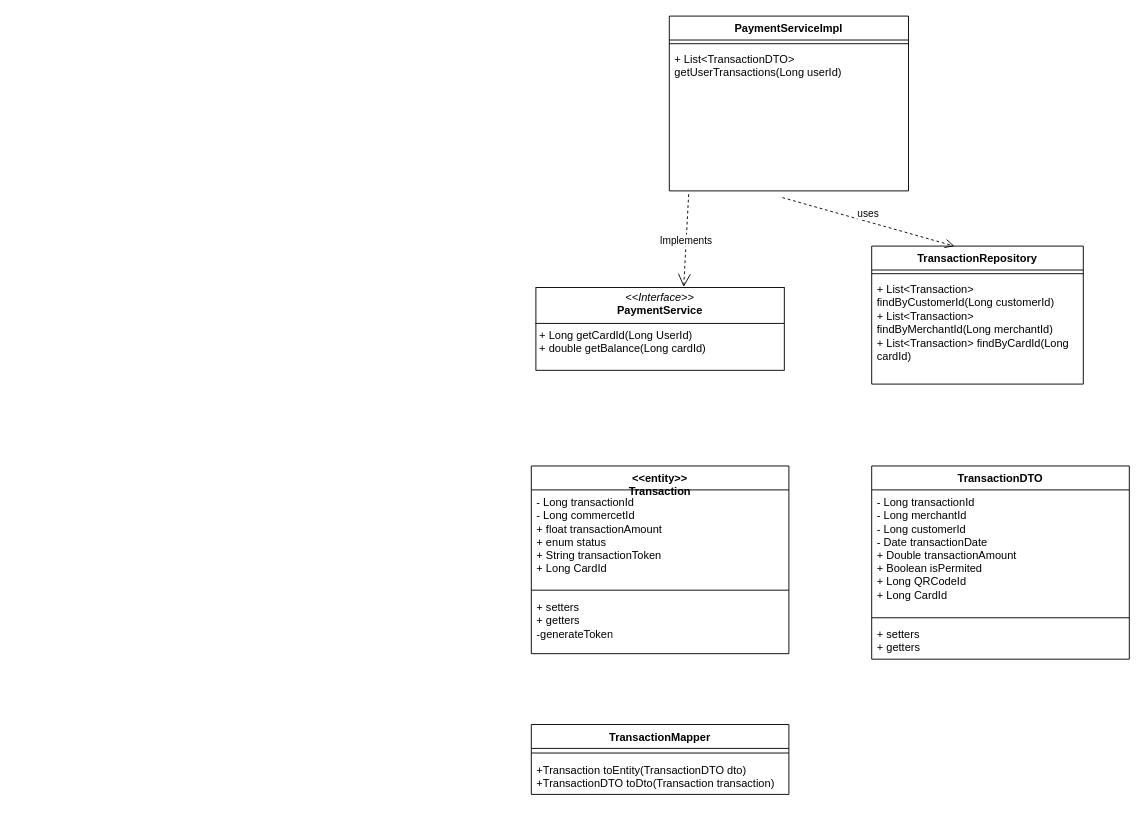
Before: Diagramme_de_classe_payment_service.drawio in msisitr/aventix-design, a draw.io diagram. Source tidied: cells renumbered, new cells numbered last; positions are measured from the earlier drawing's top-left corner, leaving out a move shared by most shapes. Both pictures are drawn from the tidied source at 92%, with x=0, y=0 at pixel (531, 16).
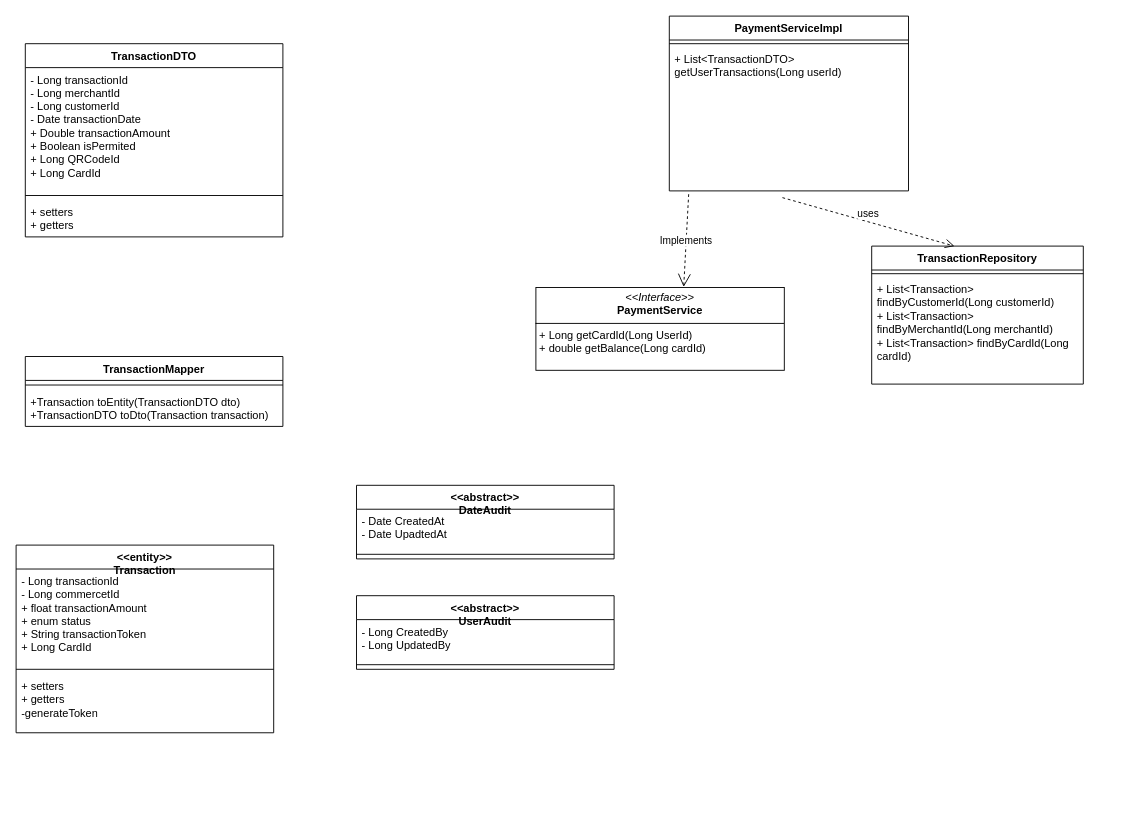
After the change.

Commit message:
adds Abstraction User and Date

The edit, as a diff of the source:
```diff
@@
     <mxCell id="11" value="&lt;div&gt;&amp;lt;&amp;lt;entity&amp;gt;&amp;gt;&lt;/div&gt;Transaction" style="swimlane;fontStyle=1;align=center;verticalAlign=top;horizontal=1;startSize=26;whiteSpace=wrap;html=1;" parent="1" vertex="1">
-      <mxGeometry y="489" width="280" height="204" as="geometry" />
+      <mxGeometry x="-560" y="575" width="280" height="204" as="geometry" />
     </mxCell>
@@
     <mxCell id="15" value="TransactionDTO" style="swimlane;fontStyle=1;align=center;verticalAlign=top;horizontal=1;startSize=26;whiteSpace=wrap;html=1;" parent="1" vertex="1">
-      <mxGeometry x="370" y="489" width="280" height="210" as="geometry" />
+      <mxGeometry x="-550" y="30" width="280" height="210" as="geometry" />
     </mxCell>
@@
     <mxCell id="19" value="&lt;div&gt;TransactionMapper&lt;/div&gt;" style="swimlane;fontStyle=1;align=center;verticalAlign=top;horizontal=1;startSize=26;whiteSpace=wrap;html=1;" parent="1" vertex="1">
-      <mxGeometry y="770" width="280" height="76" as="geometry" />
+      <mxGeometry x="-550" y="370" width="280" height="76" as="geometry" />
     </mxCell>
@@
+    <mxCell id="22" value="&lt;div&gt;&amp;lt;&amp;lt;abstract&amp;gt;&amp;gt;&lt;/div&gt;&lt;div&gt;DateAudit&lt;/div&gt;" style="swimlane;fontStyle=1;align=center;verticalAlign=top;horizontal=1;startSize=26;whiteSpace=wrap;html=1;" parent="1" vertex="1">
+      <mxGeometry x="-190" y="510" width="280" height="80" as="geometry" />
+    </mxCell>
+    <mxCell id="23" value="- Date CreatedAt&lt;div&gt;- Date UpadtedAt&lt;/div&gt;" style="text;strokeColor=none;fillColor=none;align=left;verticalAlign=top;spacingLeft=4;spacingRight=4;overflow=hidden;whiteSpace=wrap;html=1;" parent="22" vertex="1">
+      <mxGeometry y="26" width="280" height="44" as="geometry" />
+    </mxCell>
+    <mxCell id="24" style="line;strokeWidth=1;fillColor=none;align=left;verticalAlign=middle;spacingTop=-1;spacingLeft=3;spacingRight=3;labelPosition=right;strokeColor=inherit;" parent="22" vertex="1">
+      <mxGeometry y="70" width="280" height="10" as="geometry" />
+    </mxCell>
+    <mxCell id="25" value="&lt;div&gt;&amp;lt;&amp;lt;abstract&amp;gt;&amp;gt;&lt;/div&gt;&lt;div&gt;UserAudit&lt;/div&gt;" style="swimlane;fontStyle=1;align=center;verticalAlign=top;horizontal=1;startSize=26;whiteSpace=wrap;html=1;" parent="1" vertex="1">
+      <mxGeometry x="-190" y="630" width="280" height="80" as="geometry" />
+    </mxCell>
+    <mxCell id="26" value="- Long CreatedBy&lt;div&gt;- Long UpdatedBy&lt;/div&gt;" style="text;strokeColor=none;fillColor=none;align=left;verticalAlign=top;spacingLeft=4;spacingRight=4;overflow=hidden;whiteSpace=wrap;html=1;" parent="25" vertex="1">
+      <mxGeometry y="26" width="280" height="44" as="geometry" />
+    </mxCell>
+    <mxCell id="27" style="line;strokeWidth=1;fillColor=none;align=left;verticalAlign=middle;spacingTop=-1;spacingLeft=3;spacingRight=3;labelPosition=right;strokeColor=inherit;" parent="25" vertex="1">
+      <mxGeometry y="70" width="280" height="10" as="geometry" />
+    </mxCell>
```
